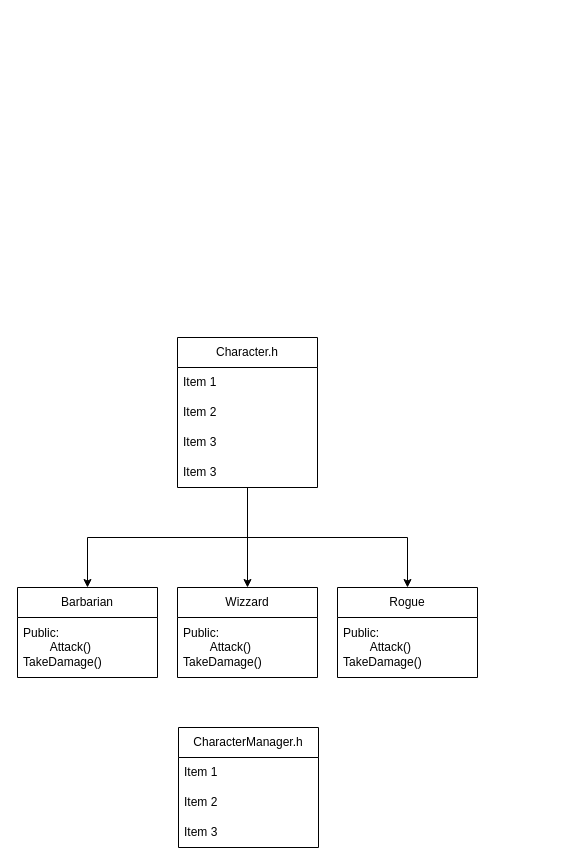
Earlier version of the draw.io diagram RPG Console.drawio (Edouard-Laffont/RPG-Console). Source tidied: cells renumbered, new cells numbered last; positions are measured from the earlier drawing's top-left corner, leaving out a move shared by most shapes. Both pictures are drawn from the tidied source at 100%, with x=0, y=0 at pixel (17, 337).
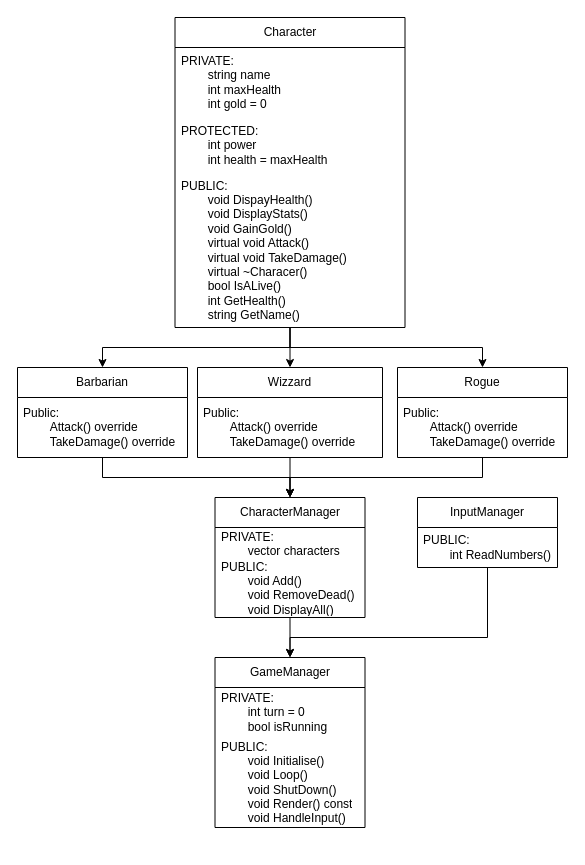
The same diagram, later.

Commit message:
Mettre à jour RPG Console.drawio

The edit, as a diff of the source:
```diff
@@
-    <mxCell id="5" value="Character.h" style="swimlane;fontStyle=0;horizontal=1;startSize=30;whiteSpace=wrap;html=1;" parent="1" vertex="1">
-      <mxGeometry x="160" width="140" height="150" as="geometry" />
+    <mxCell id="5" value="Character" style="swimlane;fontStyle=0;horizontal=1;startSize=30;whiteSpace=wrap;html=1;" parent="1" vertex="1">
+      <mxGeometry x="157.5" y="-320" width="230" height="310" as="geometry" />
     </mxCell>
-    <mxCell id="6" value="Item 1" style="text;strokeColor=none;fillColor=none;align=left;verticalAlign=middle;spacingLeft=4;spacingRight=4;overflow=hidden;whiteSpace=wrap;html=1;" parent="5" vertex="1">
-      <mxGeometry y="30" width="140" height="30" as="geometry" />
+    <mxCell id="6" value="PRIVATE:&lt;div&gt;&lt;span style=&quot;white-space: pre;&quot;&gt;&#9;&lt;/span&gt;string name&lt;br&gt;&lt;div&gt;&lt;span style=&quot;white-space: pre;&quot;&gt;&#9;&lt;/span&gt;int maxHealth&lt;br&gt;&lt;/div&gt;&lt;div&gt;&lt;span style=&quot;white-space: pre;&quot;&gt;&#9;&lt;/span&gt;int gold = 0&lt;br&gt;&lt;/div&gt;&lt;/div&gt;" style="text;strokeColor=none;fillColor=none;align=left;verticalAlign=middle;spacingLeft=4;spacingRight=4;overflow=hidden;whiteSpace=wrap;html=1;" parent="5" vertex="1">
+      <mxGeometry y="30" width="230" height="70" as="geometry" />
     </mxCell>
+    <mxCell id="20" value="PROTECTED:&lt;div&gt;&lt;span style=&quot;white-space: pre;&quot;&gt;&#9;&lt;/span&gt;int power&lt;br&gt;&lt;/div&gt;&lt;div&gt;&lt;span style=&quot;white-space: pre;&quot;&gt;&#9;&lt;/span&gt;int health = maxHealth&lt;br&gt;&lt;/div&gt;" style="text;strokeColor=none;fillColor=none;align=left;verticalAlign=middle;spacingLeft=4;spacingRight=4;overflow=hidden;whiteSpace=wrap;html=1;" parent="5" vertex="1">
+      <mxGeometry y="100" width="230" height="55" as="geometry" />
+    </mxCell>
-    <mxCell id="7" value="Item 2" style="text;strokeColor=none;fillColor=none;align=left;verticalAlign=middle;spacingLeft=4;spacingRight=4;overflow=hidden;whiteSpace=wrap;html=1;" parent="5" vertex="1">
-      <mxGeometry y="60" width="140" height="30" as="geometry" />
+    <mxCell id="7" value="PUBLIC:&lt;div&gt;&lt;span style=&quot;white-space: pre;&quot;&gt;&#9;&lt;/span&gt;void DispayHealth()&lt;br&gt;&lt;/div&gt;&lt;div&gt;&lt;span style=&quot;white-space: pre;&quot;&gt;&#9;&lt;/span&gt;void DisplayStats()&lt;br&gt;&lt;/div&gt;&lt;div&gt;&lt;span style=&quot;white-space: pre;&quot;&gt;&#9;&lt;/span&gt;void GainGold()&lt;br&gt;&lt;/div&gt;&lt;div&gt;&lt;span style=&quot;white-space: pre;&quot;&gt;&#9;&lt;/span&gt;virtual void Attack()&lt;br&gt;&lt;/div&gt;&lt;div&gt;&lt;span style=&quot;white-space: pre;&quot;&gt;&#9;&lt;/span&gt;virtual void TakeDamage()&lt;br&gt;&lt;/div&gt;&lt;div&gt;&lt;span style=&quot;white-space: pre;&quot;&gt;&#9;&lt;/span&gt;virtual ~Characer()&lt;/div&gt;&lt;div&gt;&lt;span style=&quot;white-space: pre;&quot;&gt;&#9;&lt;/span&gt;bool IsALive()&lt;br&gt;&lt;/div&gt;&lt;div&gt;&lt;span style=&quot;white-space: pre;&quot;&gt;&#9;&lt;/span&gt;int GetHealth()&lt;br&gt;&lt;/div&gt;&lt;div&gt;&lt;span style=&quot;white-space: pre;&quot;&gt;&#9;&lt;/span&gt;string&amp;nbsp;GetName()&lt;/div&gt;" style="text;strokeColor=none;fillColor=none;align=left;verticalAlign=middle;spacingLeft=4;spacingRight=4;overflow=hidden;whiteSpace=wrap;html=1;" parent="5" vertex="1">
+      <mxGeometry y="155" width="230" height="155" as="geometry" />
     </mxCell>
-    <mxCell id="8" value="Item 3" style="text;strokeColor=none;fillColor=none;align=left;verticalAlign=middle;spacingLeft=4;spacingRight=4;overflow=hidden;whiteSpace=wrap;html=1;" parent="5" vertex="1">
-      <mxGeometry y="90" width="140" height="30" as="geometry" />
-    </mxCell>
-    <mxCell id="9" value="Item 3" style="text;strokeColor=none;fillColor=none;align=left;verticalAlign=middle;spacingLeft=4;spacingRight=4;overflow=hidden;whiteSpace=wrap;html=1;" parent="5" vertex="1">
-      <mxGeometry y="120" width="140" height="30" as="geometry" />
-    </mxCell>
+    <mxCell id="21" style="edgeStyle=orthogonalEdgeStyle;rounded=0;jettySize=auto;html=1;exitX=0.5;exitY=1;exitDx=0;exitDy=0;entryX=0.5;entryY=0;entryDx=0;entryDy=0;defaultLabelBackgroundColor=page;" parent="1" edge="1" source="10" target="16">
+      <mxGeometry relative="1" as="geometry" />
+    </mxCell>
     <mxCell id="10" value="Barbarian" style="swimlane;fontStyle=0;horizontal=1;startSize=30;whiteSpace=wrap;html=1;" parent="1" vertex="1">
-      <mxGeometry y="250" width="140" height="90" as="geometry" />
+      <mxGeometry y="30" width="170" height="90" as="geometry" />
     </mxCell>
-    <mxCell id="11" value="Public:&lt;div&gt;&lt;span style=&quot;white-space: pre;&quot;&gt;&#9;&lt;/span&gt;&lt;span style=&quot;background-color: transparent; color: light-dark(#000000, var(--ge-light-color, #ffffff));&quot;&gt;Attack()&lt;/span&gt;&lt;br&gt;&lt;/div&gt;&lt;div&gt;&lt;span style=&quot;background-color: transparent; color: light-dark(#000000, var(--ge-light-color, #ffffff));&quot;&gt;TakeDamage()&lt;/span&gt;&lt;/div&gt;" style="text;strokeColor=none;fillColor=none;align=left;verticalAlign=middle;spacingLeft=4;spacingRight=4;overflow=hidden;whiteSpace=wrap;html=1;" parent="10" vertex="1">
-      <mxGeometry y="30" width="140" height="60" as="geometry" />
+    <mxCell id="11" value="Public:&lt;div&gt;&lt;span style=&quot;white-space: pre;&quot;&gt;&#9;&lt;/span&gt;&lt;span style=&quot;background-color: transparent; color: light-dark(#000000, var(--ge-light-color, #ffffff));&quot;&gt;Attack() override&lt;/span&gt;&lt;br&gt;&lt;/div&gt;&lt;div&gt;&lt;span style=&quot;background-color: transparent; color: light-dark(#000000, var(--ge-light-color, #ffffff));&quot;&gt;&lt;span style=&quot;white-space: pre;&quot;&gt;&#9;&lt;/span&gt;TakeDamage() override&lt;/span&gt;&lt;/div&gt;&lt;div&gt;&lt;/div&gt;" style="text;strokeColor=none;fillColor=none;align=left;verticalAlign=middle;spacingLeft=4;spacingRight=4;overflow=hidden;whiteSpace=wrap;html=1;" parent="10" vertex="1">
+      <mxGeometry y="30" width="170" height="60" as="geometry" />
     </mxCell>
+    <mxCell id="22" style="edgeStyle=orthogonalEdgeStyle;rounded=0;jettySize=auto;html=1;exitX=0.5;exitY=1;exitDx=0;exitDy=0;defaultLabelBackgroundColor=page;" parent="1" edge="1" source="12" target="16">
+      <mxGeometry relative="1" as="geometry" />
+    </mxCell>
     <mxCell id="12" value="Wizzard" style="swimlane;fontStyle=0;horizontal=1;startSize=30;whiteSpace=wrap;html=1;" parent="1" vertex="1">
-      <mxGeometry x="160" y="250" width="140" height="90" as="geometry" />
+      <mxGeometry x="180" y="30" width="185" height="90" as="geometry" />
     </mxCell>
-    <mxCell id="13" value="Public:&lt;div&gt;&lt;span style=&quot;white-space: pre;&quot;&gt;&#9;&lt;/span&gt;&lt;span style=&quot;background-color: transparent; color: light-dark(#000000, var(--ge-light-color, #ffffff));&quot;&gt;Attack()&lt;/span&gt;&lt;br&gt;&lt;/div&gt;&lt;div&gt;&lt;span style=&quot;background-color: transparent; color: light-dark(#000000, var(--ge-light-color, #ffffff));&quot;&gt;TakeDamage()&lt;/span&gt;&lt;/div&gt;" style="text;strokeColor=none;fillColor=none;align=left;verticalAlign=middle;spacingLeft=4;spacingRight=4;overflow=hidden;whiteSpace=wrap;html=1;" parent="12" vertex="1">
-      <mxGeometry y="30" width="140" height="60" as="geometry" />
-    </mxCell>
+    <mxCell id="23" value="Public:&lt;div&gt;&lt;span style=&quot;white-space: pre;&quot;&gt;&#9;&lt;/span&gt;&lt;span style=&quot;background-color: transparent; color: light-dark(#000000, var(--ge-light-color, #ffffff));&quot;&gt;Attack() override&lt;/span&gt;&lt;br&gt;&lt;/div&gt;&lt;div&gt;&lt;span style=&quot;background-color: transparent; color: light-dark(#000000, var(--ge-light-color, #ffffff));&quot;&gt;&lt;span style=&quot;white-space: pre;&quot;&gt;&#9;&lt;/span&gt;TakeDamage() override&lt;/span&gt;&lt;/div&gt;&lt;div&gt;&lt;/div&gt;" style="text;strokeColor=none;fillColor=none;align=left;verticalAlign=middle;spacingLeft=4;spacingRight=4;overflow=hidden;whiteSpace=wrap;html=1;" parent="12" vertex="1">
+      <mxGeometry y="30" width="185" height="60" as="geometry" />
+    </mxCell>
+    <mxCell id="24" style="edgeStyle=orthogonalEdgeStyle;rounded=0;jettySize=auto;html=1;exitX=0.5;exitY=1;exitDx=0;exitDy=0;entryX=0.5;entryY=0;entryDx=0;entryDy=0;defaultLabelBackgroundColor=page;" parent="1" edge="1" source="14" target="16">
+      <mxGeometry relative="1" as="geometry" />
+    </mxCell>
     <mxCell id="14" value="Rogue" style="swimlane;fontStyle=0;horizontal=1;startSize=30;whiteSpace=wrap;html=1;" parent="1" vertex="1">
-      <mxGeometry x="320" y="250" width="140" height="90" as="geometry" />
+      <mxGeometry x="380" y="30" width="170" height="90" as="geometry" />
     </mxCell>
-    <mxCell id="15" value="Public:&lt;div&gt;&lt;span style=&quot;white-space: pre;&quot;&gt;&#9;&lt;/span&gt;&lt;span style=&quot;background-color: transparent; color: light-dark(#000000, var(--ge-light-color, #ffffff));&quot;&gt;Attack()&lt;/span&gt;&lt;br&gt;&lt;/div&gt;&lt;div&gt;&lt;span style=&quot;background-color: transparent; color: light-dark(#000000, var(--ge-light-color, #ffffff));&quot;&gt;TakeDamage()&lt;/span&gt;&lt;/div&gt;" style="text;strokeColor=none;fillColor=none;align=left;verticalAlign=middle;spacingLeft=4;spacingRight=4;overflow=hidden;whiteSpace=wrap;html=1;" parent="14" vertex="1">
-      <mxGeometry y="30" width="140" height="60" as="geometry" />
-    </mxCell>
+    <mxCell id="25" value="Public:&lt;div&gt;&lt;span style=&quot;white-space: pre;&quot;&gt;&#9;&lt;/span&gt;&lt;span style=&quot;background-color: transparent; color: light-dark(#000000, var(--ge-light-color, #ffffff));&quot;&gt;Attack() override&lt;/span&gt;&lt;br&gt;&lt;/div&gt;&lt;div&gt;&lt;span style=&quot;background-color: transparent; color: light-dark(#000000, var(--ge-light-color, #ffffff));&quot;&gt;&lt;span style=&quot;white-space: pre;&quot;&gt;&#9;&lt;/span&gt;TakeDamage() override&lt;/span&gt;&lt;/div&gt;&lt;div&gt;&lt;/div&gt;" style="text;strokeColor=none;fillColor=none;align=left;verticalAlign=middle;spacingLeft=4;spacingRight=4;overflow=hidden;whiteSpace=wrap;html=1;" parent="14" vertex="1">
+      <mxGeometry y="30" width="170" height="60" as="geometry" />
+    </mxCell>
+    <mxCell id="26" style="edgeStyle=orthogonalEdgeStyle;rounded=0;jettySize=auto;html=1;defaultLabelBackgroundColor=page;" parent="1" edge="1" source="16" target="27">
+      <mxGeometry relative="1" as="geometry" />
+    </mxCell>
-    <mxCell id="16" value="CharacterManager.h" style="swimlane;fontStyle=0;horizontal=1;startSize=30;whiteSpace=wrap;html=1;" parent="1" vertex="1">
-      <mxGeometry x="161" y="390" width="140" height="120" as="geometry" />
+    <mxCell id="16" value="CharacterManager" style="swimlane;fontStyle=0;horizontal=1;startSize=30;whiteSpace=wrap;html=1;" parent="1" vertex="1">
+      <mxGeometry x="197.5" y="160" width="150" height="120" as="geometry" />
     </mxCell>
-    <mxCell id="17" value="Item 1" style="text;strokeColor=none;fillColor=none;align=left;verticalAlign=middle;spacingLeft=4;spacingRight=4;overflow=hidden;whiteSpace=wrap;html=1;" parent="16" vertex="1">
-      <mxGeometry y="30" width="140" height="30" as="geometry" />
+    <mxCell id="17" value="PRIVATE:&lt;div&gt;&lt;span style=&quot;white-space: pre;&quot;&gt;&#9;&lt;/span&gt;vector characters&lt;br&gt;&lt;/div&gt;" style="text;strokeColor=none;fillColor=none;align=left;verticalAlign=middle;spacingLeft=4;spacingRight=4;overflow=hidden;whiteSpace=wrap;html=1;" parent="16" vertex="1">
+      <mxGeometry y="30" width="150" height="30" as="geometry" />
     </mxCell>
-    <mxCell id="18" value="Item 2" style="text;strokeColor=none;fillColor=none;align=left;verticalAlign=middle;spacingLeft=4;spacingRight=4;overflow=hidden;whiteSpace=wrap;html=1;" parent="16" vertex="1">
-      <mxGeometry y="60" width="140" height="30" as="geometry" />
+    <mxCell id="18" value="PUBLIC:&lt;div&gt;&lt;span style=&quot;white-space: pre;&quot;&gt;&#9;&lt;/span&gt;void Add()&lt;/div&gt;&lt;div&gt;&lt;span style=&quot;white-space: pre;&quot;&gt;&#9;&lt;/span&gt;void RemoveDead()&lt;/div&gt;&lt;div&gt;&lt;span style=&quot;white-space: pre;&quot;&gt;&#9;&lt;/span&gt;void DisplayAll()&lt;/div&gt;" style="text;strokeColor=none;fillColor=none;align=left;verticalAlign=middle;spacingLeft=4;spacingRight=4;overflow=hidden;whiteSpace=wrap;html=1;" parent="16" vertex="1">
+      <mxGeometry y="60" width="150" height="60" as="geometry" />
     </mxCell>
-    <mxCell id="19" value="Item 3" style="text;strokeColor=none;fillColor=none;align=left;verticalAlign=middle;spacingLeft=4;spacingRight=4;overflow=hidden;whiteSpace=wrap;html=1;" parent="16" vertex="1">
-      <mxGeometry y="90" width="140" height="30" as="geometry" />
-    </mxCell>
+    <mxCell id="27" value="GameManager" style="swimlane;fontStyle=0;horizontal=1;startSize=30;whiteSpace=wrap;html=1;" parent="1" vertex="1">
+      <mxGeometry x="197.5" y="320" width="150" height="170" as="geometry" />
+    </mxCell>
+    <mxCell id="28" value="PRIVATE:&lt;div&gt;&lt;span style=&quot;white-space: pre;&quot;&gt;&#9;&lt;/span&gt;int turn = 0&lt;br&gt;&lt;/div&gt;&lt;div&gt;&lt;span style=&quot;white-space: pre;&quot;&gt;&#9;&lt;/span&gt;bool isRunning&lt;/div&gt;" style="text;strokeColor=none;fillColor=none;align=left;verticalAlign=middle;spacingLeft=4;spacingRight=4;overflow=hidden;whiteSpace=wrap;html=1;" parent="27" vertex="1">
+      <mxGeometry y="30" width="150" height="50" as="geometry" />
+    </mxCell>
+    <mxCell id="29" value="PUBLIC:&lt;div&gt;&lt;span style=&quot;white-space: pre;&quot;&gt;&#9;&lt;/span&gt;void Initialise()&lt;br&gt;&lt;/div&gt;&lt;div&gt;&lt;span style=&quot;white-space: pre;&quot;&gt;&#9;&lt;/span&gt;void Loop()&lt;br&gt;&lt;/div&gt;&lt;div&gt;&lt;span style=&quot;white-space: pre;&quot;&gt;&#9;&lt;/span&gt;void ShutDown()&lt;br&gt;&lt;/div&gt;&lt;div&gt;&lt;span style=&quot;white-space: pre;&quot;&gt;&#9;&lt;/span&gt;void Render() const&lt;br&gt;&lt;/div&gt;&lt;div&gt;&lt;span style=&quot;white-space: pre;&quot;&gt;&#9;&lt;/span&gt;void HandleInput()&lt;br&gt;&lt;/div&gt;" style="text;strokeColor=none;fillColor=none;align=left;verticalAlign=middle;spacingLeft=4;spacingRight=4;overflow=hidden;whiteSpace=wrap;html=1;" parent="27" vertex="1">
+      <mxGeometry y="80" width="150" height="90" as="geometry" />
+    </mxCell>
+    <mxCell id="30" style="edgeStyle=orthogonalEdgeStyle;rounded=0;jettySize=auto;html=1;defaultLabelBackgroundColor=page;" parent="1" edge="1" source="31" target="27">
+      <mxGeometry relative="1" as="geometry">
+        <Array as="points">
+          <mxPoint x="470" y="300" />
+          <mxPoint x="272.5" y="300" />
+        </Array>
+      </mxGeometry>
+    </mxCell>
+    <mxCell id="31" value="InputManager" style="swimlane;fontStyle=0;horizontal=1;startSize=30;whiteSpace=wrap;html=1;" parent="1" vertex="1">
+      <mxGeometry x="400" y="160" width="140" height="70" as="geometry" />
+    </mxCell>
+    <mxCell id="32" value="PUBLIC:&lt;div&gt;&lt;span style=&quot;white-space: pre;&quot;&gt;&#9;&lt;/span&gt;int ReadNumbers()&lt;br&gt;&lt;/div&gt;" style="text;strokeColor=none;fillColor=none;align=left;verticalAlign=middle;spacingLeft=4;spacingRight=4;overflow=hidden;whiteSpace=wrap;html=1;" parent="31" vertex="1">
+      <mxGeometry y="30" width="140" height="40" as="geometry" />
+    </mxCell>
```
